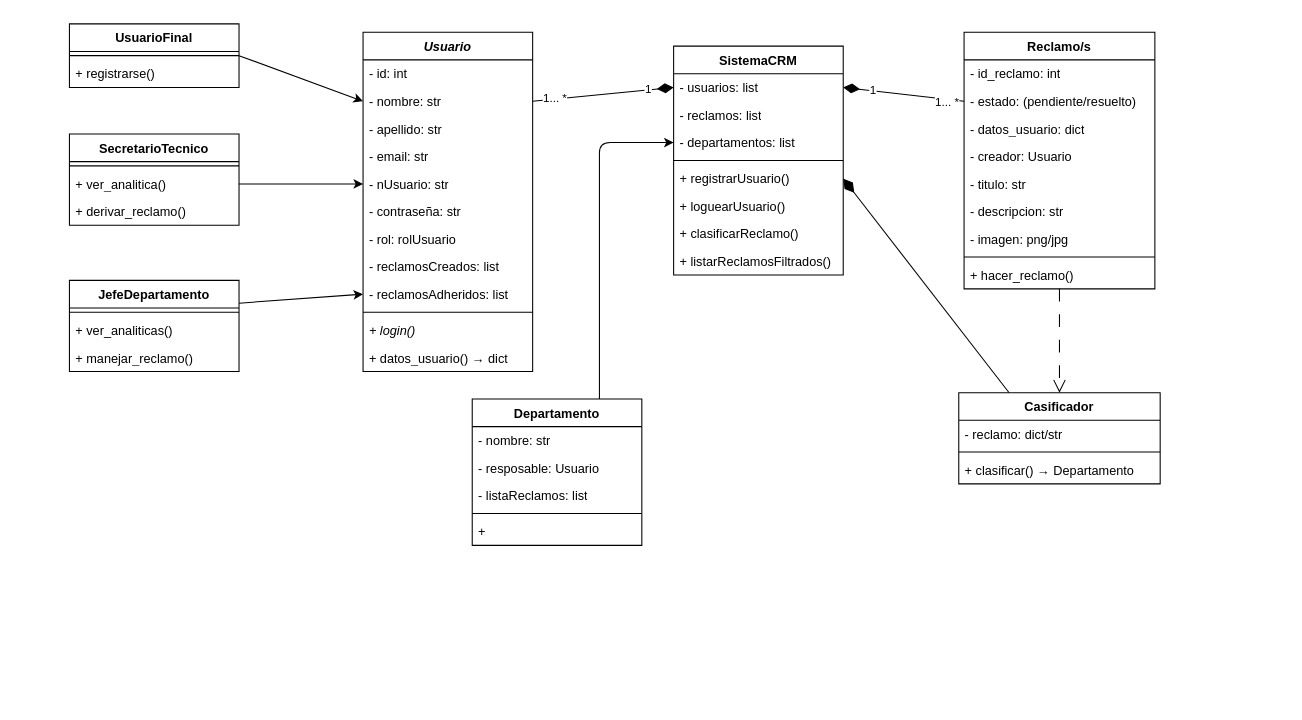
FelipeCarrozzo/prog_avanzada keeps this draw.io diagram as TrabajoPractico_3/docs/diagrama_UML_TP3.drawio. Above is the earlier version. Source tidied: cells renumbered, new cells numbered last; positions are measured from the earlier drawing's top-left corner, leaving out a move shared by most shapes. Both pictures are drawn from the tidied source at 106%, with x=0, y=0 at pixel (69, 23).
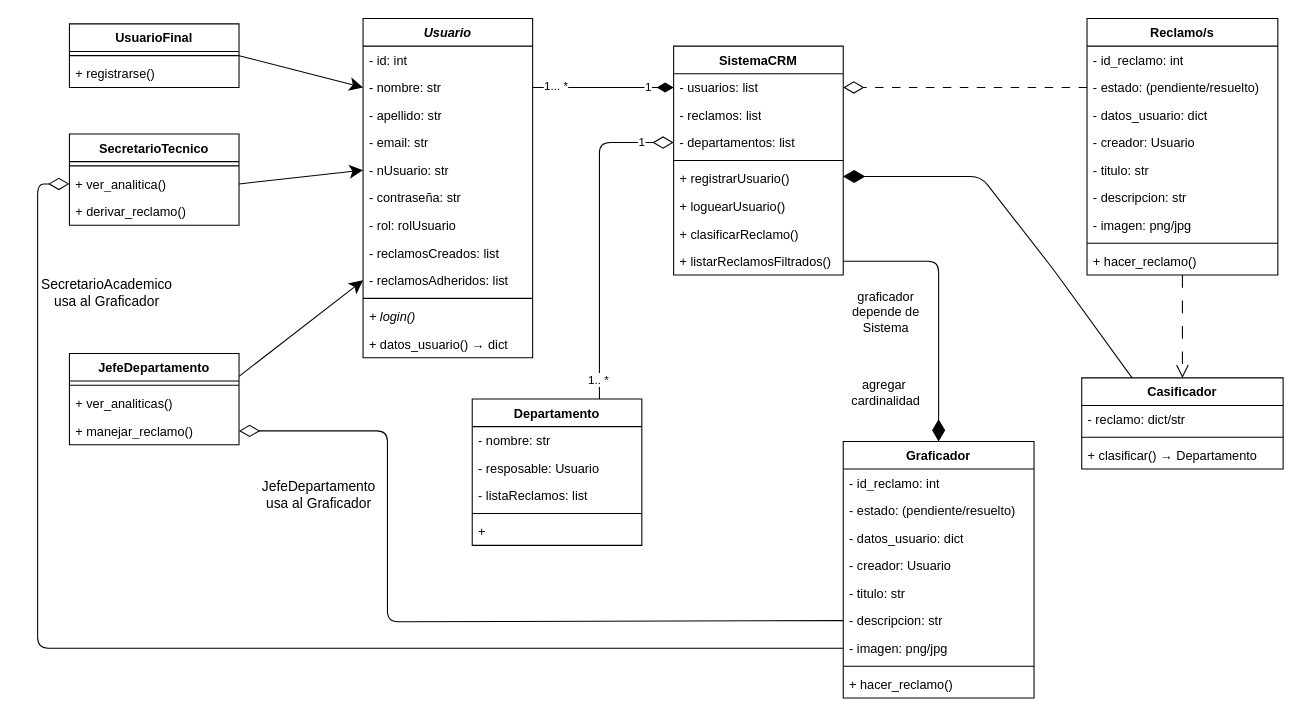
The same page after the edit.

Commit message (it also covers changes not shown here):
elimino uml de ejemplo. Agrego clase Graficador

Unchanged cells that the change refers to:
```xml
<mxCell id="3" value="UsuarioFinal" style="swimlane;fontStyle=1;align=center;verticalAlign=top;horizontal=1;startSize=26;whiteSpace=wrap;html=1;" parent="1" vertex="1">
  <mxGeometry width="160" height="60" as="geometry" />
</mxCell>
<mxCell id="8" value="- nombre: str" style="text;strokeColor=none;fillColor=none;align=left;verticalAlign=top;spacingLeft=4;spacingRight=4;overflow=hidden;points=[[0,0.5],[1,0.5]];portConstraint=eastwest;whiteSpace=wrap;html=1;" parent="6" vertex="1">
  <mxGeometry y="52" width="160" height="26" as="geometry" />
</mxCell>
<mxCell id="11" value="- nUsuario: str" style="text;strokeColor=none;fillColor=none;align=left;verticalAlign=top;spacingLeft=4;spacingRight=4;overflow=hidden;points=[[0,0.5],[1,0.5]];portConstraint=eastwest;whiteSpace=wrap;html=1;" parent="6" vertex="1">
  <mxGeometry y="130" width="160" height="26" as="geometry" />
</mxCell>
<mxCell id="15" value="- reclamosAdheridos: list&amp;nbsp;" style="text;strokeColor=none;fillColor=none;align=left;verticalAlign=top;spacingLeft=4;spacingRight=4;overflow=hidden;points=[[0,0.5],[1,0.5]];portConstraint=eastwest;whiteSpace=wrap;html=1;" parent="6" vertex="1">
  <mxGeometry y="234" width="160" height="26" as="geometry" />
</mxCell>
<mxCell id="21" value="+ ver_analitica()" style="text;strokeColor=none;fillColor=none;align=left;verticalAlign=top;spacingLeft=4;spacingRight=4;overflow=hidden;points=[[0,0.5],[1,0.5]];portConstraint=eastwest;whiteSpace=wrap;html=1;" parent="19" vertex="1">
  <mxGeometry y="34" width="160" height="26" as="geometry" />
</mxCell>
<mxCell id="27" value="+ manejar_reclamo()" style="text;strokeColor=none;fillColor=none;align=left;verticalAlign=top;spacingLeft=4;spacingRight=4;overflow=hidden;points=[[0,0.5],[1,0.5]];portConstraint=eastwest;whiteSpace=wrap;html=1;" parent="24" vertex="1">
  <mxGeometry y="60" width="160" height="26" as="geometry" />
</mxCell>
<mxCell id="31" value="- estado: (pendiente/resuelto)" style="text;strokeColor=none;fillColor=none;align=left;verticalAlign=top;spacingLeft=4;spacingRight=4;overflow=hidden;points=[[0,0.5],[1,0.5]];portConstraint=eastwest;whiteSpace=wrap;html=1;" parent="29" vertex="1">
  <mxGeometry y="52" width="180" height="26" as="geometry" />
</mxCell>
<mxCell id="45" value="Departamento" style="swimlane;fontStyle=1;align=center;verticalAlign=top;horizontal=1;startSize=26;whiteSpace=wrap;html=1;" parent="1" vertex="1">
  <mxGeometry x="380" y="354" width="160" height="138" as="geometry" />
</mxCell>
<mxCell id="52" value="- usuarios: list" style="text;strokeColor=none;fillColor=none;align=left;verticalAlign=top;spacingLeft=4;spacingRight=4;overflow=hidden;points=[[0,0.5],[1,0.5]];portConstraint=eastwest;whiteSpace=wrap;html=1;" parent="51" vertex="1">
  <mxGeometry y="26" width="160" height="26" as="geometry" />
</mxCell>
<mxCell id="54" value="- departamentos: list" style="text;strokeColor=none;fillColor=none;align=left;verticalAlign=top;spacingLeft=4;spacingRight=4;overflow=hidden;points=[[0,0.5],[1,0.5]];portConstraint=eastwest;whiteSpace=wrap;html=1;" parent="51" vertex="1">
  <mxGeometry y="78" width="160" height="26" as="geometry" />
</mxCell>
<mxCell id="56" value="+ registrarUsuario()" style="text;strokeColor=none;fillColor=none;align=left;verticalAlign=top;spacingLeft=4;spacingRight=4;overflow=hidden;points=[[0,0.5],[1,0.5]];portConstraint=eastwest;whiteSpace=wrap;html=1;" parent="51" vertex="1">
  <mxGeometry y="112" width="160" height="26" as="geometry" />
</mxCell>
<mxCell id="59" value="+ listarReclamosFiltrados()" style="text;strokeColor=none;fillColor=none;align=left;verticalAlign=top;spacingLeft=4;spacingRight=4;overflow=hidden;points=[[0,0.5],[1,0.5]];portConstraint=eastwest;whiteSpace=wrap;html=1;" parent="51" vertex="1">
  <mxGeometry y="190" width="160" height="26" as="geometry" />
</mxCell>
```

Change to the diagram source:
```diff
@@
-    <mxCell id="2" style="edgeStyle=none;html=1;exitX=1;exitY=0.5;exitDx=0;exitDy=0;entryX=0;entryY=0.5;entryDx=0;entryDy=0;" parent="1" edge="1" source="3" target="8">
+    <mxCell id="2" style="edgeStyle=none;html=1;exitX=1;exitY=0.5;exitDx=0;exitDy=0;entryX=0;entryY=0.5;entryDx=0;entryDy=0;endSize=10;endArrow=classic;endFill=1;" parent="1" edge="1" source="3" target="8">
       <mxGeometry relative="1" as="geometry" />
     </mxCell>
@@
     <mxCell id="6" value="&lt;i&gt;&lt;font style=&quot;color: rgb(0, 0, 0);&quot;&gt;Usuario&lt;/font&gt;&lt;/i&gt;" style="swimlane;fontStyle=1;align=center;verticalAlign=top;horizontal=1;startSize=26;whiteSpace=wrap;html=1;" parent="1" vertex="1">
-      <mxGeometry x="277" y="8" width="160" height="320" as="geometry" />
+      <mxGeometry x="277" y="-5" width="160" height="320" as="geometry" />
     </mxCell>
@@
-    <mxCell id="23" style="edgeStyle=none;html=1;exitX=1;exitY=0.25;exitDx=0;exitDy=0;entryX=0;entryY=0.5;entryDx=0;entryDy=0;" parent="1" edge="1" source="24" target="15">
+    <mxCell id="23" style="edgeStyle=none;html=1;exitX=1;exitY=0.25;exitDx=0;exitDy=0;entryX=0;entryY=0.5;entryDx=0;entryDy=0;endSize=10;endArrow=classic;endFill=1;" parent="1" edge="1" source="24" target="15">
       <mxGeometry relative="1" as="geometry" />
     </mxCell>
     <mxCell id="24" value="JefeDepartamento" style="swimlane;fontStyle=1;align=center;verticalAlign=top;horizontal=1;startSize=26;whiteSpace=wrap;html=1;" parent="1" vertex="1">
-      <mxGeometry y="242" width="160" height="86" as="geometry" />
+      <mxGeometry y="311" width="160" height="86" as="geometry" />
     </mxCell>
@@
     <mxCell id="29" value="Reclamo/s" style="swimlane;fontStyle=1;align=center;verticalAlign=top;horizontal=1;startSize=26;whiteSpace=wrap;html=1;" parent="1" vertex="1">
-      <mxGeometry x="844" y="8" width="180" height="242" as="geometry" />
+      <mxGeometry x="960" y="-5" width="180" height="242" as="geometry" />
     </mxCell>
@@
-    <mxCell id="39" style="edgeStyle=none;html=1;exitX=0.25;exitY=0;exitDx=0;exitDy=0;entryX=1;entryY=0.5;entryDx=0;entryDy=0;endArrow=diamondThin;endFill=1;endSize=14;" parent="1" edge="1" source="40" target="56">
-      <mxGeometry relative="1" as="geometry" />
+    <mxCell id="39" style="edgeStyle=none;html=1;exitX=0.25;exitY=0;exitDx=0;exitDy=0;entryX=0.999;entryY=0.421;entryDx=0;entryDy=0;endArrow=diamondThin;endFill=1;endSize=18;entryPerimeter=0;" parent="1" edge="1" source="40" target="56">
+      <mxGeometry relative="1" as="geometry">
+        <Array as="points">
+          <mxPoint x="930" y="234" />
+          <mxPoint x="860" y="144" />
+        </Array>
+      </mxGeometry>
     </mxCell>
     <mxCell id="40" value="Casificador" style="swimlane;fontStyle=1;align=center;verticalAlign=top;horizontal=1;startSize=26;whiteSpace=wrap;html=1;" parent="1" vertex="1">
-      <mxGeometry x="839" y="348" width="190" height="86" as="geometry" />
+      <mxGeometry x="955" y="334" width="190" height="86" as="geometry" />
     </mxCell>
@@
-    <mxCell id="44" style="edgeStyle=none;html=1;exitX=0.75;exitY=0;exitDx=0;exitDy=0;entryX=0;entryY=0.5;entryDx=0;entryDy=0;" parent="1" edge="1" source="45" target="54">
+    <mxCell id="44" style="edgeStyle=none;html=1;exitX=0.75;exitY=0;exitDx=0;exitDy=0;entryX=0;entryY=0.5;entryDx=0;entryDy=0;endArrow=diamondThin;endFill=0;endSize=17;" parent="1" edge="1" source="45" target="54">
       <mxGeometry relative="1" as="geometry">
         <Array as="points">
           <mxPoint x="500" y="112" />
         </Array>
       </mxGeometry>
     </mxCell>
+    <mxCell id="63" value="1" style="edgeLabel;html=1;align=center;verticalAlign=middle;" parent="44" vertex="1">
+      <mxGeometry x="0.8" y="1" relative="1" as="geometry" />
+    </mxCell>
+    <mxCell id="67" value="1.. *" style="edgeLabel;html=1;align=center;verticalAlign=middle;" parent="44" vertex="1">
+      <mxGeometry x="-0.88" y="2" relative="1" as="geometry" />
+    </mxCell>
@@
-    <mxCell id="60" style="edgeStyle=none;html=1;exitX=1;exitY=0.5;exitDx=0;exitDy=0;entryX=0;entryY=0.5;entryDx=0;entryDy=0;" parent="1" edge="1" source="21" target="11">
+    <mxCell id="60" style="edgeStyle=none;html=1;exitX=1;exitY=0.5;exitDx=0;exitDy=0;entryX=0;entryY=0.5;entryDx=0;entryDy=0;endSize=10;endArrow=classic;endFill=1;" parent="1" edge="1" source="21" target="11">
       <mxGeometry relative="1" as="geometry" />
     </mxCell>
-    <mxCell id="61" style="edgeStyle=none;html=1;exitX=0;exitY=0.5;exitDx=0;exitDy=0;entryX=1;entryY=0.5;entryDx=0;entryDy=0;endArrow=diamondThin;endFill=1;endSize=13;" parent="1" edge="1" source="31" target="52">
+    <mxCell id="61" style="edgeStyle=none;html=1;exitX=0;exitY=0.5;exitDx=0;exitDy=0;entryX=1;entryY=0.5;entryDx=0;entryDy=0;endArrow=diamondThin;endFill=0;endSize=17;dashed=1;dashPattern=8 8;" parent="1" edge="1" source="31" target="52">
       <mxGeometry relative="1" as="geometry" />
     </mxCell>
-    <mxCell id="62" value="1... *" style="edgeLabel;html=1;align=center;verticalAlign=middle;" parent="61" vertex="1">
-      <mxGeometry x="-0.7" y="2" relative="1" as="geometry">
-        <mxPoint x="1" as="offset" />
-      </mxGeometry>
-    </mxCell>
-    <mxCell id="63" value="1" style="edgeLabel;html=1;align=center;verticalAlign=middle;" parent="61" vertex="1">
-      <mxGeometry x="0.51" y="-1" relative="1" as="geometry" />
-    </mxCell>
@@
+    <mxCell id="68" value="Graficador" style="swimlane;fontStyle=1;align=center;verticalAlign=top;horizontal=1;startSize=26;whiteSpace=wrap;html=1;" parent="1" vertex="1">
+      <mxGeometry x="730" y="394" width="180" height="242" as="geometry" />
+    </mxCell>
+    <mxCell id="69" value="- id_reclamo: int" style="text;strokeColor=none;fillColor=none;align=left;verticalAlign=top;spacingLeft=4;spacingRight=4;overflow=hidden;whiteSpace=wrap;html=1;" parent="68" vertex="1">
+      <mxGeometry y="26" width="180" height="26" as="geometry" />
+    </mxCell>
+    <mxCell id="70" value="- estado: (pendiente/resuelto)" style="text;strokeColor=none;fillColor=none;align=left;verticalAlign=top;spacingLeft=4;spacingRight=4;overflow=hidden;whiteSpace=wrap;html=1;" parent="68" vertex="1">
+      <mxGeometry y="52" width="180" height="26" as="geometry" />
+    </mxCell>
+    <mxCell id="71" value="- datos_usuario: dict" style="text;strokeColor=none;fillColor=none;align=left;verticalAlign=top;spacingLeft=4;spacingRight=4;overflow=hidden;whiteSpace=wrap;html=1;" parent="68" vertex="1">
+      <mxGeometry y="78" width="180" height="26" as="geometry" />
+    </mxCell>
+    <mxCell id="72" value="- creador: Usuario" style="text;strokeColor=none;fillColor=none;align=left;verticalAlign=top;spacingLeft=4;spacingRight=4;overflow=hidden;whiteSpace=wrap;html=1;" parent="68" vertex="1">
+      <mxGeometry y="104" width="180" height="26" as="geometry" />
+    </mxCell>
+    <mxCell id="73" value="- titulo: str" style="text;strokeColor=none;fillColor=none;align=left;verticalAlign=top;spacingLeft=4;spacingRight=4;overflow=hidden;whiteSpace=wrap;html=1;" parent="68" vertex="1">
+      <mxGeometry y="130" width="180" height="26" as="geometry" />
+    </mxCell>
+    <mxCell id="74" value="- descripcion: str" style="text;strokeColor=none;fillColor=none;align=left;verticalAlign=top;spacingLeft=4;spacingRight=4;overflow=hidden;points=[[0,0.5],[1,0.5]];portConstraint=eastwest;whiteSpace=wrap;html=1;" parent="68" vertex="1">
+      <mxGeometry y="156" width="180" height="26" as="geometry" />
+    </mxCell>
+    <mxCell id="75" value="- imagen: png/jpg" style="text;strokeColor=none;fillColor=none;align=left;verticalAlign=top;spacingLeft=4;spacingRight=4;overflow=hidden;points=[[0,0.5],[1,0.5]];portConstraint=eastwest;whiteSpace=wrap;html=1;" parent="68" vertex="1">
+      <mxGeometry y="182" width="180" height="26" as="geometry" />
+    </mxCell>
+    <mxCell id="76" style="line;strokeWidth=1;fillColor=none;align=left;verticalAlign=middle;spacingTop=-1;spacingLeft=3;spacingRight=3;labelPosition=right;strokeColor=inherit;" parent="68" vertex="1">
+      <mxGeometry y="208" width="180" height="8" as="geometry" />
+    </mxCell>
+    <mxCell id="77" value="&lt;font style=&quot;color: rgb(0, 0, 0);&quot;&gt;+ hacer_reclamo()&lt;/font&gt;" style="text;strokeColor=none;fillColor=none;align=left;verticalAlign=top;spacingLeft=4;spacingRight=4;overflow=hidden;whiteSpace=wrap;html=1;" parent="68" vertex="1">
+      <mxGeometry y="216" width="180" height="26" as="geometry" />
+    </mxCell>
+    <mxCell id="78" style="edgeStyle=none;html=1;exitX=1;exitY=0.5;exitDx=0;exitDy=0;entryX=0.5;entryY=0;entryDx=0;entryDy=0;endArrow=diamondThin;endFill=1;endSize=18;" parent="1" edge="1" source="59" target="68">
+      <mxGeometry relative="1" as="geometry">
+        <Array as="points">
+          <mxPoint x="820" y="224" />
+        </Array>
+      </mxGeometry>
+    </mxCell>
+    <mxCell id="79" value="graficador&lt;div&gt;depende de&lt;/div&gt;&lt;div&gt;Sistema&lt;/div&gt;" style="text;html=1;align=center;verticalAlign=middle;strokeColor=none;fillColor=none;" parent="1" vertex="1">
+      <mxGeometry x="725" y="242" width="90" height="60" as="geometry" />
+    </mxCell>
+    <mxCell id="80" value="agregar&amp;nbsp;&lt;div&gt;cardinalidad&lt;/div&gt;" style="text;html=1;align=center;verticalAlign=middle;strokeColor=none;fillColor=none;" parent="1" vertex="1">
+      <mxGeometry x="725" y="328" width="90" height="40" as="geometry" />
+    </mxCell>
+    <mxCell id="81" style="edgeStyle=none;html=1;exitX=0;exitY=0.5;exitDx=0;exitDy=0;entryX=1;entryY=0.5;entryDx=0;entryDy=0;endArrow=diamondThin;endFill=0;endSize=17;" parent="1" edge="1" source="74" target="27">
+      <mxGeometry relative="1" as="geometry">
+        <Array as="points">
+          <mxPoint x="300" y="564" />
+          <mxPoint x="300" y="384" />
+          <mxPoint x="240" y="384" />
+        </Array>
+      </mxGeometry>
+    </mxCell>
+    <mxCell id="82" value="&lt;font style=&quot;font-size: 13px;&quot;&gt;JefeDepartamento&lt;/font&gt;&lt;div&gt;&lt;font style=&quot;font-size: 13px;&quot;&gt;usa al Graficador&lt;/font&gt;&lt;/div&gt;" style="text;html=1;align=center;verticalAlign=middle;strokeColor=none;fillColor=none;" parent="1" vertex="1">
+      <mxGeometry x="170" y="424" width="130" height="40" as="geometry" />
+    </mxCell>
+    <mxCell id="83" style="edgeStyle=none;html=1;exitX=0;exitY=0.5;exitDx=0;exitDy=0;entryX=0;entryY=0.5;entryDx=0;entryDy=0;endArrow=diamondThin;endFill=0;endSize=17;" parent="1" edge="1" source="75" target="21">
+      <mxGeometry relative="1" as="geometry">
+        <Array as="points">
+          <mxPoint x="-30" y="589" />
+          <mxPoint x="-30" y="384" />
+          <mxPoint x="-30" y="151" />
+        </Array>
+      </mxGeometry>
+    </mxCell>
+    <mxCell id="84" value="&lt;span style=&quot;font-size: 13px;&quot;&gt;SecretarioAcademico&lt;/span&gt;&lt;br&gt;&lt;div&gt;&lt;font style=&quot;font-size: 13px;&quot;&gt;usa al Graficador&lt;/font&gt;&lt;/div&gt;" style="text;html=1;align=center;verticalAlign=middle;strokeColor=none;fillColor=none;" parent="1" vertex="1">
+      <mxGeometry x="-40" y="234" width="150" height="40" as="geometry" />
+    </mxCell>
```
